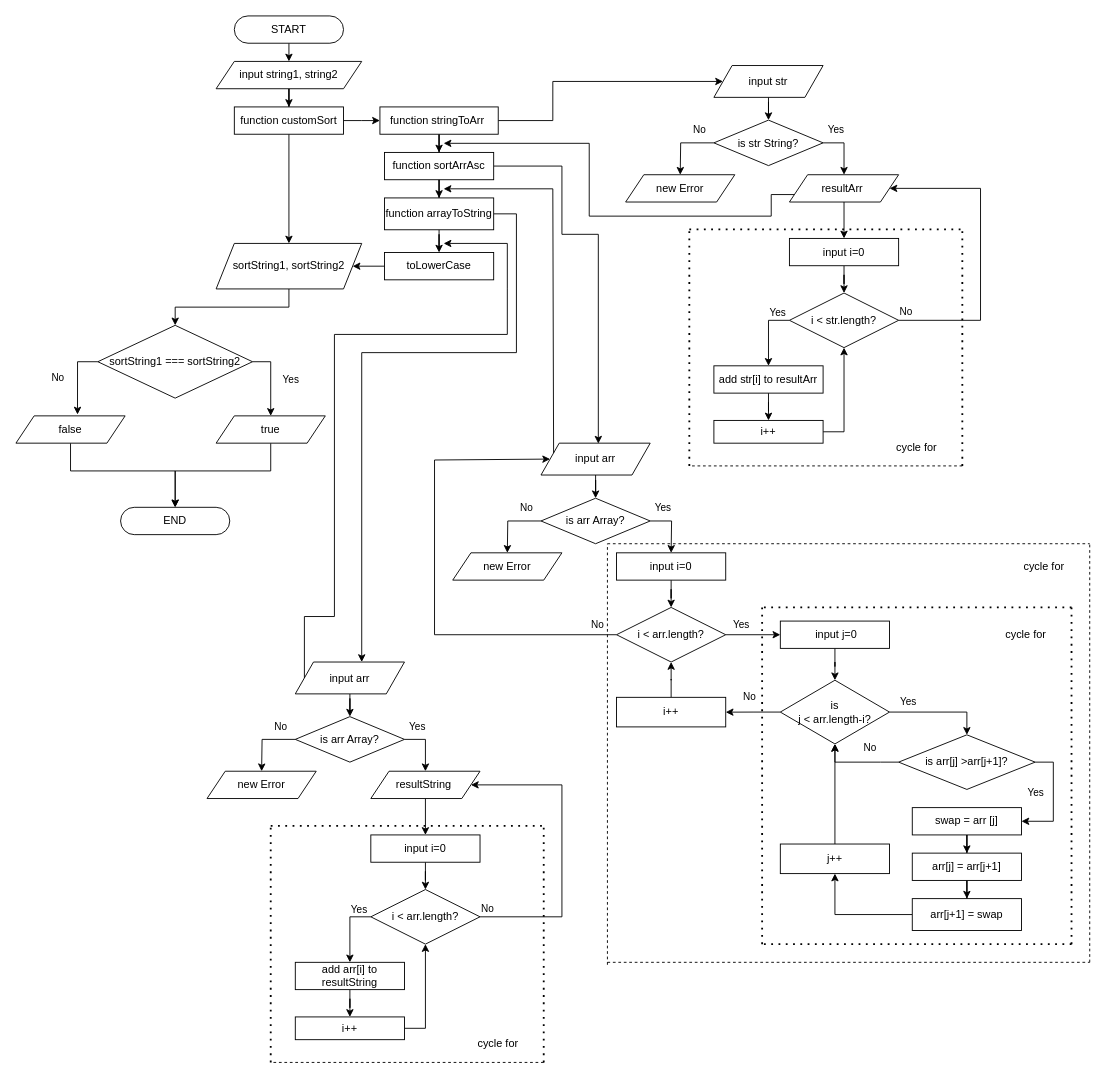
This is practice/Untitled Diagram.drawio from lednova-irina/ArtJoker, a draw.io file, before an edit. Source tidied: cells renumbered, new cells numbered last; positions are measured from the earlier drawing's top-left corner, leaving out a move shared by most shapes. Both pictures are drawn from the tidied source at 91%, with x=0, y=0 at pixel (15, 15).
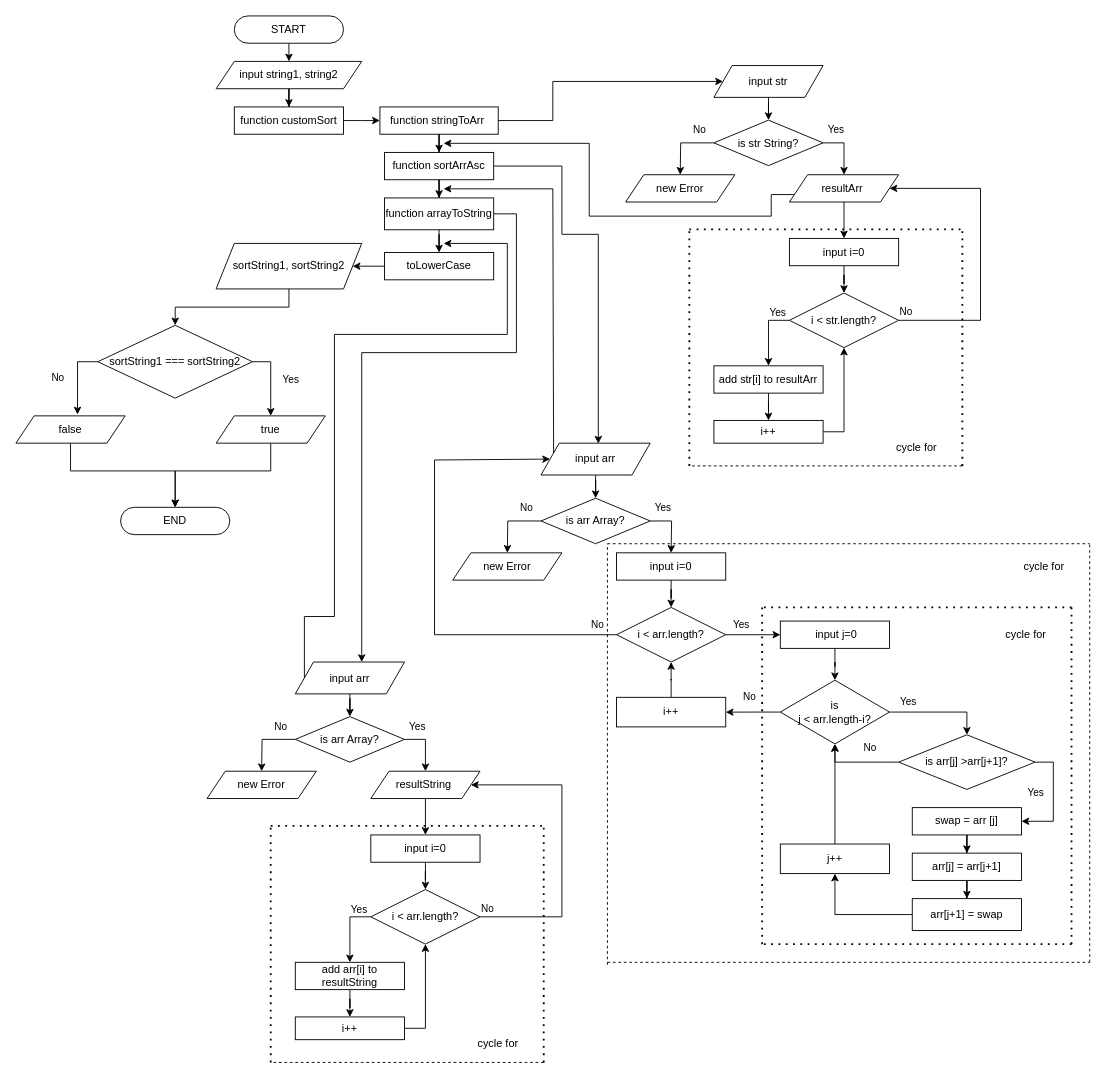
Above is the later version.

Unchanged cells that the change refers to:
```xml
<mxCell id="7" value="function customSort" style="rounded=0;whiteSpace=wrap;html=1;" parent="1" vertex="1">
  <mxGeometry x="240" y="100" width="120" height="30" as="geometry" />
</mxCell>
<mxCell id="21" value="sortString1, sortString2" style="shape=parallelogram;perimeter=parallelogramPerimeter;whiteSpace=wrap;html=1;fixedSize=1;" parent="1" vertex="1">
  <mxGeometry x="220" y="250" width="160" height="50" as="geometry" />
</mxCell>
```

Diff of the diagram source:
```diff
@@
-    <mxCell id="5" style="edgeStyle=orthogonalEdgeStyle;rounded=0;jettySize=auto;html=1;entryX=0.5;entryY=0;entryDx=0;entryDy=0;" parent="1" edge="1" source="7" target="21">
-      <mxGeometry relative="1" as="geometry" />
-    </mxCell>
```
